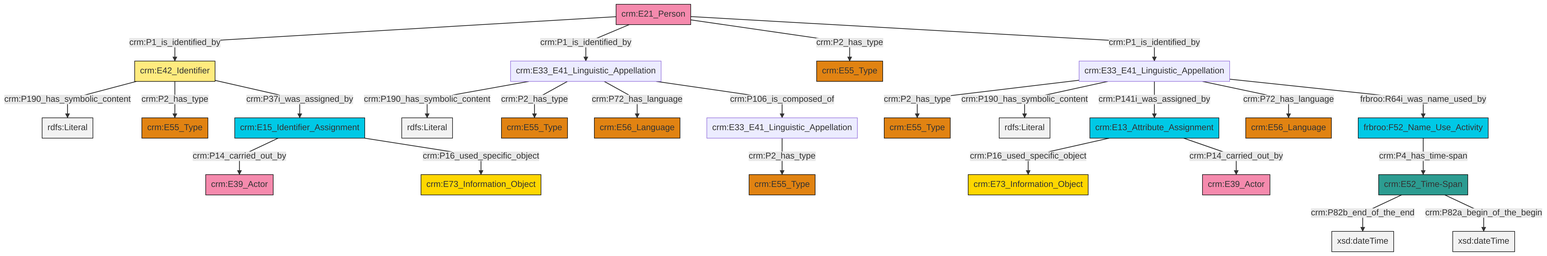
swiss-art-research-net/reference-data-models keeps this Mermaid diagram as et/personCSV/ttl/mmd/png/Person_Names_and_Classification.png. Above is the earlier version. Its source is kept beside it as et/personCSV/ttl/mmd/Person_Names_and_Classification.ttl.mmd.
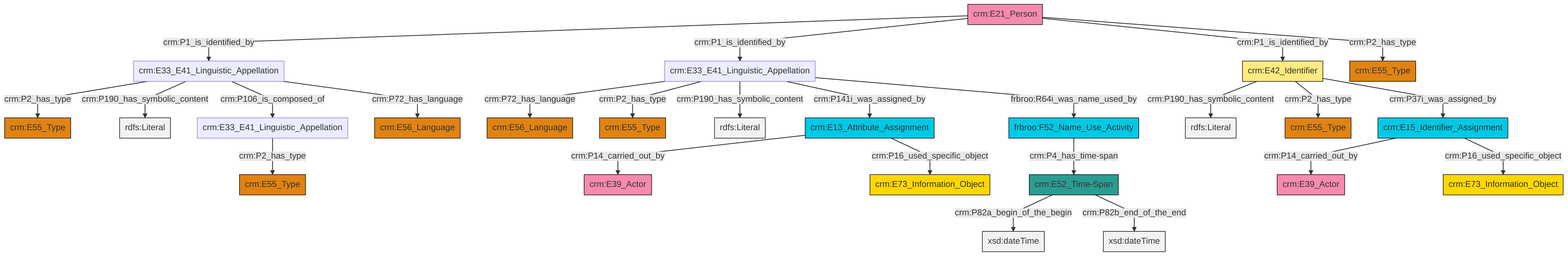
After the commit.

What changed in the source:
```diff
@@ -13,27 +13,27 @@
 classDef PC_Classes fill:#4ce600, stroke:#000000;
 classDef Multi fill:#cccccc,stroke:#000000;
 
-12["crm:E52_Time-Span"]:::Time-Span -->|crm:P82b_end_of_the_end| 13[xsd:dateTime]:::Literal
-14["crm:E33_E41_Linguistic_Appellation"]:::Default -->|crm:P190_has_symbolic_content| 15[rdfs:Literal]:::Literal
-16["crm:E42_Identifier"]:::Appellation -->|crm:P190_has_symbolic_content| 17[rdfs:Literal]:::Literal
-18["crm:E21_Person"]:::Actor -->|crm:P1_is_identified_by| 16["crm:E42_Identifier"]:::Appellation
-21["crm:E33_E41_Linguistic_Appellation"]:::Default -->|crm:P2_has_type| 6["crm:E55_Type"]:::Type
-14["crm:E33_E41_Linguistic_Appellation"]:::Default -->|crm:P2_has_type| 0["crm:E55_Type"]:::Type
-19["frbroo:F52_Name_Use_Activity"]:::Temporal_Entity -->|crm:P4_has_time-span| 12["crm:E52_Time-Span"]:::Time-Span
-21["crm:E33_E41_Linguistic_Appellation"]:::Default -->|crm:P190_has_symbolic_content| 27[rdfs:Literal]:::Literal
-14["crm:E33_E41_Linguistic_Appellation"]:::Default -->|crm:P72_has_language| 25["crm:E56_Language"]:::Type
-21["crm:E33_E41_Linguistic_Appellation"]:::Default -->|crm:P141i_was_assigned_by| 30["crm:E13_Attribute_Assignment"]:::Temporal_Entity
-30["crm:E13_Attribute_Assignment"]:::Temporal_Entity -->|crm:P16_used_specific_object| 32["crm:E73_Information_Object"]:::Conceptual_Object
-4["crm:E15_Identifier_Assignment"]:::Temporal_Entity -->|crm:P14_carried_out_by| 33["crm:E39_Actor"]:::Actor
-4["crm:E15_Identifier_Assignment"]:::Temporal_Entity -->|crm:P16_used_specific_object| 28["crm:E73_Information_Object"]:::Conceptual_Object
-21["crm:E33_E41_Linguistic_Appellation"]:::Default -->|crm:P72_has_language| 34["crm:E56_Language"]:::Type
-12["crm:E52_Time-Span"]:::Time-Span -->|crm:P82a_begin_of_the_begin| 37[xsd:dateTime]:::Literal
-18["crm:E21_Person"]:::Actor -->|crm:P1_is_identified_by| 14["crm:E33_E41_Linguistic_Appellation"]:::Default
-18["crm:E21_Person"]:::Actor -->|crm:P2_has_type| 22["crm:E55_Type"]:::Type
-14["crm:E33_E41_Linguistic_Appellation"]:::Default -->|crm:P106_is_composed_of| 10["crm:E33_E41_Linguistic_Appellation"]:::Default
-16["crm:E42_Identifier"]:::Appellation -->|crm:P2_has_type| 8["crm:E55_Type"]:::Type
-30["crm:E13_Attribute_Assignment"]:::Temporal_Entity -->|crm:P14_carried_out_by| 2["crm:E39_Actor"]:::Actor
-16["crm:E42_Identifier"]:::Appellation -->|crm:P37i_was_assigned_by| 4["crm:E15_Identifier_Assignment"]:::Temporal_Entity
-10["crm:E33_E41_Linguistic_Appellation"]:::Default -->|crm:P2_has_type| 43["crm:E55_Type"]:::Type
-21["crm:E33_E41_Linguistic_Appellation"]:::Default -->|frbroo:R64i_was_name_used_by| 19["frbroo:F52_Name_Use_Activity"]:::Temporal_Entity
-18["crm:E21_Person"]:::Actor -->|crm:P1_is_identified_by| 21["crm:E33_E41_Linguistic_Appellation"]:::Default
+6["crm:E42_Identifier"]:::Appellation -->|crm:P190_has_symbolic_content| 7[rdfs:Literal]:::Literal
+6["crm:E42_Identifier"]:::Appellation -->|crm:P2_has_type| 13["crm:E55_Type"]:::Type
+16["crm:E33_E41_Linguistic_Appellation"]:::Default -->|crm:P72_has_language| 17["crm:E56_Language"]:::Type
+11["crm:E21_Person"]:::Actor -->|crm:P1_is_identified_by| 2["crm:E33_E41_Linguistic_Appellation"]:::Default
+4["crm:E15_Identifier_Assignment"]:::Temporal_Entity -->|crm:P14_carried_out_by| 14["crm:E39_Actor"]:::Actor
+2["crm:E33_E41_Linguistic_Appellation"]:::Default -->|crm:P2_has_type| 0["crm:E55_Type"]:::Type
+22["frbroo:F52_Name_Use_Activity"]:::Temporal_Entity -->|crm:P4_has_time-span| 23["crm:E52_Time-Span"]:::Time-Span
+2["crm:E33_E41_Linguistic_Appellation"]:::Default -->|crm:P190_has_symbolic_content| 24[rdfs:Literal]:::Literal
+11["crm:E21_Person"]:::Actor -->|crm:P1_is_identified_by| 16["crm:E33_E41_Linguistic_Appellation"]:::Default
+4["crm:E15_Identifier_Assignment"]:::Temporal_Entity -->|crm:P16_used_specific_object| 20["crm:E73_Information_Object"]:::Conceptual_Object
+23["crm:E52_Time-Span"]:::Time-Span -->|crm:P82a_begin_of_the_begin| 35[xsd:dateTime]:::Literal
+11["crm:E21_Person"]:::Actor -->|crm:P1_is_identified_by| 6["crm:E42_Identifier"]:::Appellation
+11["crm:E21_Person"]:::Actor -->|crm:P2_has_type| 18["crm:E55_Type"]:::Type
+2["crm:E33_E41_Linguistic_Appellation"]:::Default -->|crm:P106_is_composed_of| 25["crm:E33_E41_Linguistic_Appellation"]:::Default
+2["crm:E33_E41_Linguistic_Appellation"]:::Default -->|crm:P72_has_language| 9["crm:E56_Language"]:::Type
+23["crm:E52_Time-Span"]:::Time-Span -->|crm:P82b_end_of_the_end| 40[xsd:dateTime]:::Literal
+16["crm:E33_E41_Linguistic_Appellation"]:::Default -->|crm:P2_has_type| 41["crm:E55_Type"]:::Type
+42["crm:E13_Attribute_Assignment"]:::Temporal_Entity -->|crm:P14_carried_out_by| 29["crm:E39_Actor"]:::Actor
+42["crm:E13_Attribute_Assignment"]:::Temporal_Entity -->|crm:P16_used_specific_object| 33["crm:E73_Information_Object"]:::Conceptual_Object
+16["crm:E33_E41_Linguistic_Appellation"]:::Default -->|crm:P190_has_symbolic_content| 44[rdfs:Literal]:::Literal
+6["crm:E42_Identifier"]:::Appellation -->|crm:P37i_was_assigned_by| 4["crm:E15_Identifier_Assignment"]:::Temporal_Entity
+25["crm:E33_E41_Linguistic_Appellation"]:::Default -->|crm:P2_has_type| 37["crm:E55_Type"]:::Type
+16["crm:E33_E41_Linguistic_Appellation"]:::Default -->|crm:P141i_was_assigned_by| 42["crm:E13_Attribute_Assignment"]:::Temporal_Entity
+16["crm:E33_E41_Linguistic_Appellation"]:::Default -->|frbroo:R64i_was_name_used_by| 22["frbroo:F52_Name_Use_Activity"]:::Temporal_Entity
```
